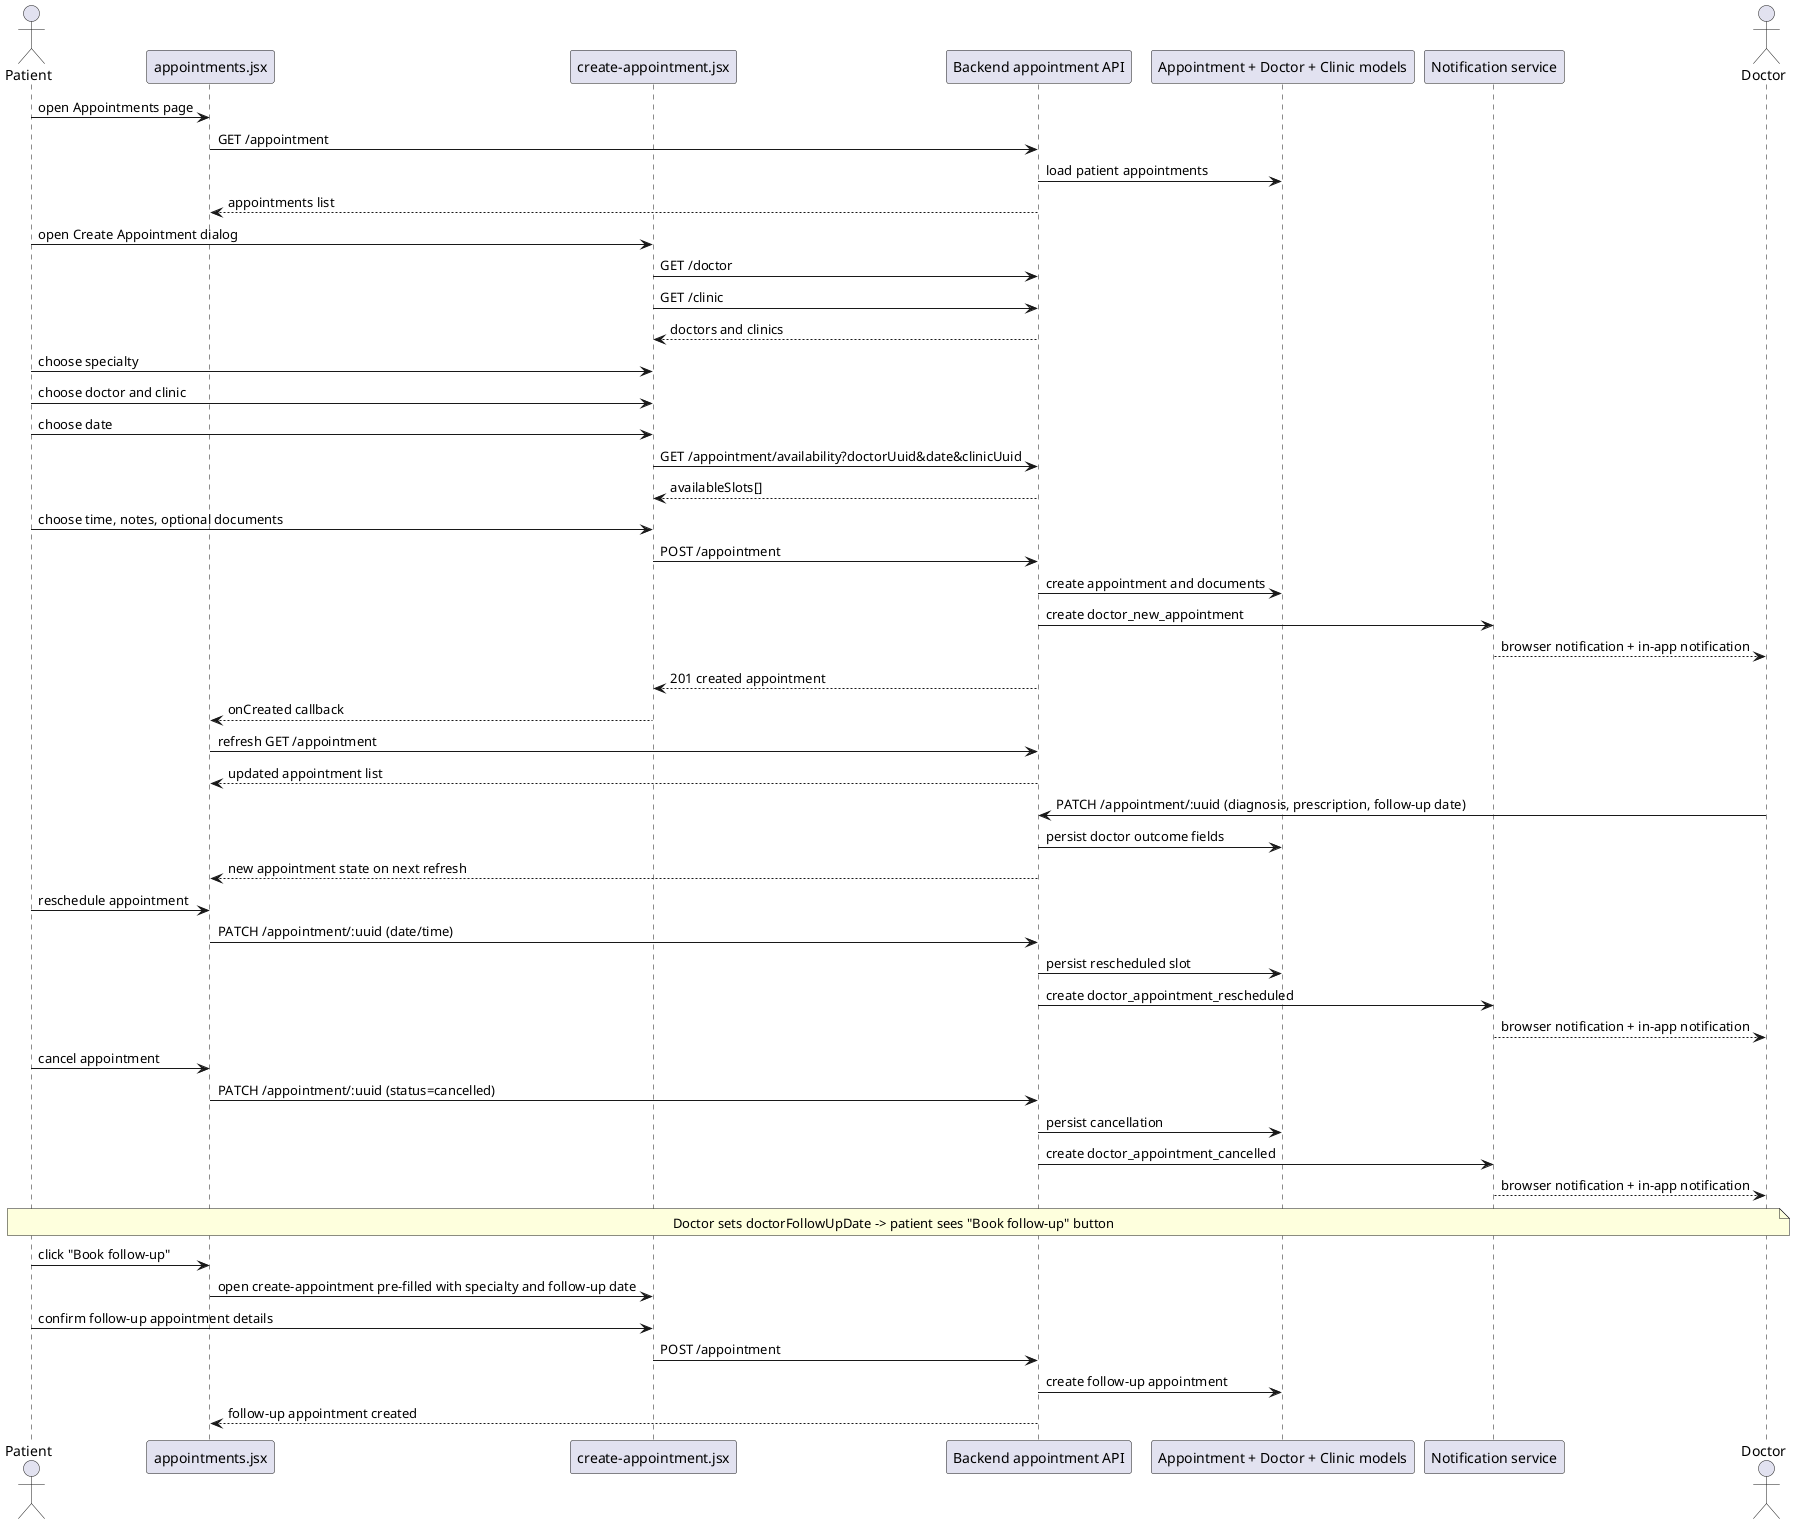
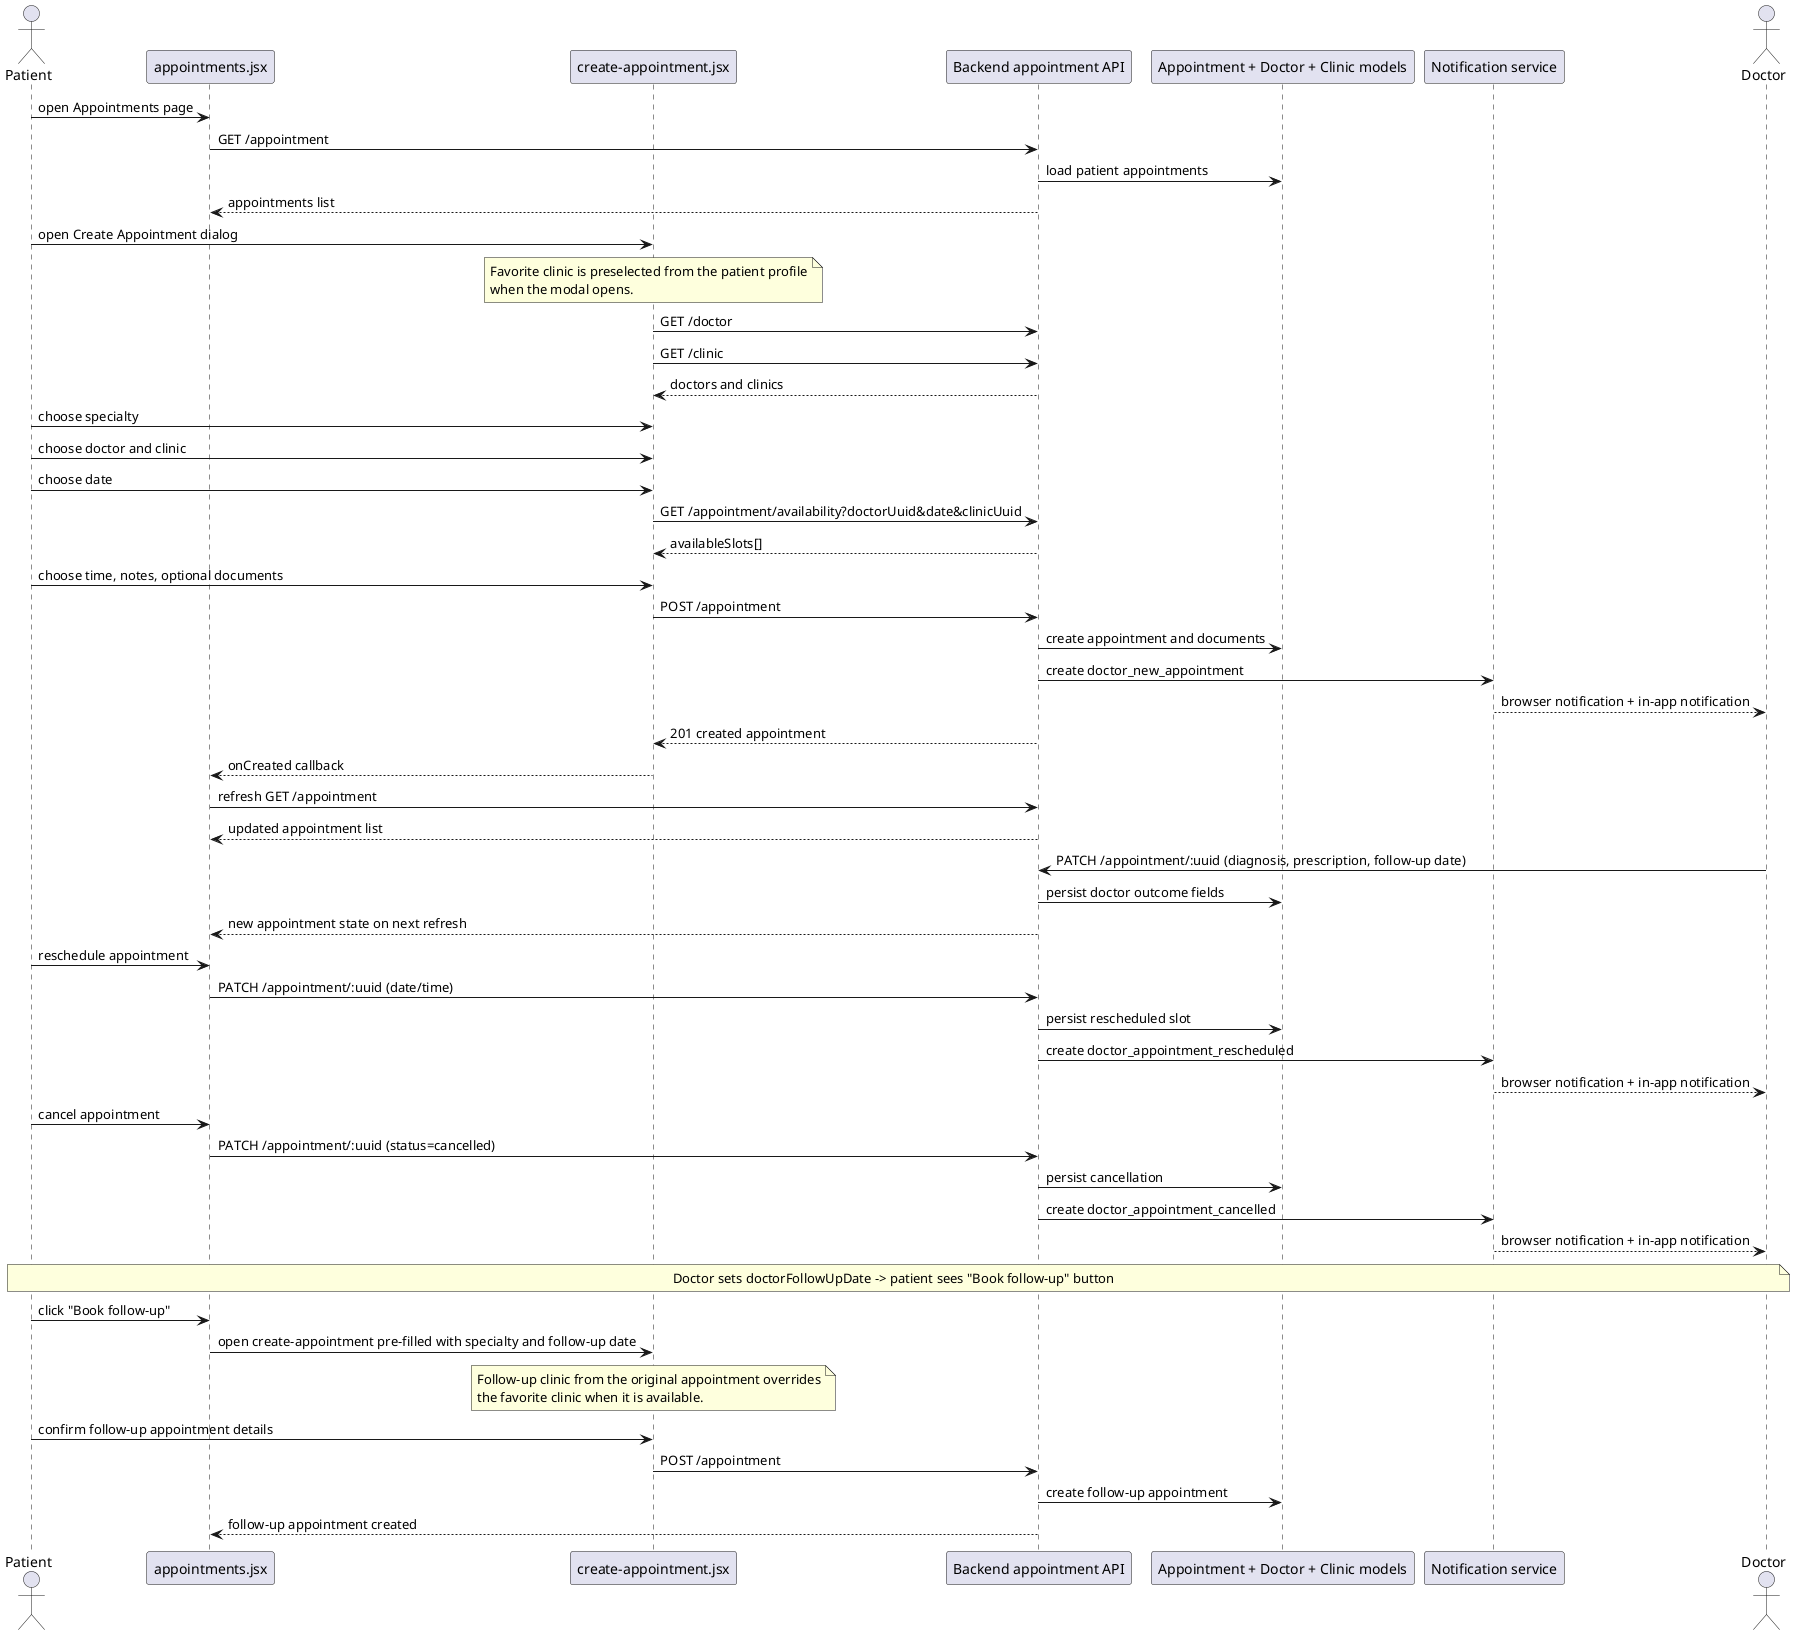
@startuml
actor Patient
participant "appointments.jsx" as Page
participant "create-appointment.jsx" as Modal
participant "Backend appointment API" as API
participant "Appointment + Doctor + Clinic models" as Models
participant "Notification service" as Notif
actor Doctor

Patient -> Page : open Appointments page
Page -> API : GET /appointment
API -> Models : load patient appointments
API --> Page : appointments list

Patient -> Modal : open Create Appointment dialog
+ note over Modal
+   Favorite clinic is preselected from the patient profile
+   when the modal opens.
+ end note
Modal -> API : GET /doctor
Modal -> API : GET /clinic
API --> Modal : doctors and clinics

Patient -> Modal : choose specialty
Patient -> Modal : choose doctor and clinic
Patient -> Modal : choose date
Modal -> API : GET /appointment/availability?doctorUuid&date&clinicUuid
API --> Modal : availableSlots[]
Patient -> Modal : choose time, notes, optional documents
Modal -> API : POST /appointment
API -> Models : create appointment and documents
API -> Notif : create doctor_new_appointment
Notif --> Doctor : browser notification + in-app notification
API --> Modal : 201 created appointment
Modal --> Page : onCreated callback
Page -> API : refresh GET /appointment
API --> Page : updated appointment list

Doctor -> API : PATCH /appointment/:uuid (diagnosis, prescription, follow-up date)
API -> Models : persist doctor outcome fields
API --> Page : new appointment state on next refresh

Patient -> Page : reschedule appointment
Page -> API : PATCH /appointment/:uuid (date/time)
API -> Models : persist rescheduled slot
API -> Notif : create doctor_appointment_rescheduled
Notif --> Doctor : browser notification + in-app notification

Patient -> Page : cancel appointment
Page -> API : PATCH /appointment/:uuid (status=cancelled)
API -> Models : persist cancellation
API -> Notif : create doctor_appointment_cancelled
Notif --> Doctor : browser notification + in-app notification

note over Patient, Doctor
  Doctor sets doctorFollowUpDate -> patient sees "Book follow-up" button
end note

Patient -> Page : click "Book follow-up"
Page -> Modal : open create-appointment pre-filled with specialty and follow-up date
+ note over Modal
+   Follow-up clinic from the original appointment overrides
+   the favorite clinic when it is available.
+ end note
Patient -> Modal : confirm follow-up appointment details
Modal -> API : POST /appointment
API -> Models : create follow-up appointment
API --> Page : follow-up appointment created

@enduml